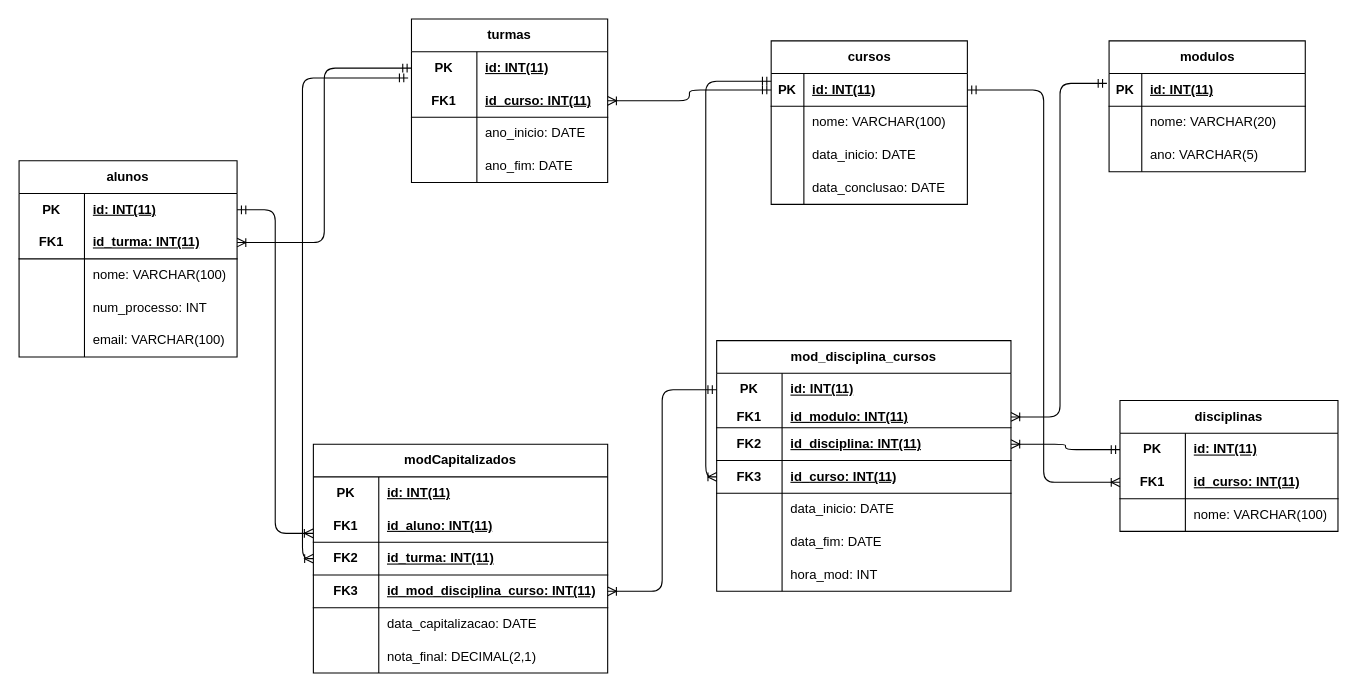
This is gmr_modER.drawio from DaviClementee/Gest_mod_reali_Davi_Mario_Karamjit_Gerry, a draw.io file, before an edit. Source tidied: cells renumbered, new cells numbered last; positions are measured from the earlier drawing's top-left corner, leaving out a move shared by most shapes. Both pictures are drawn from the tidied source at 109%, with x=0, y=0 at pixel (19, 19).
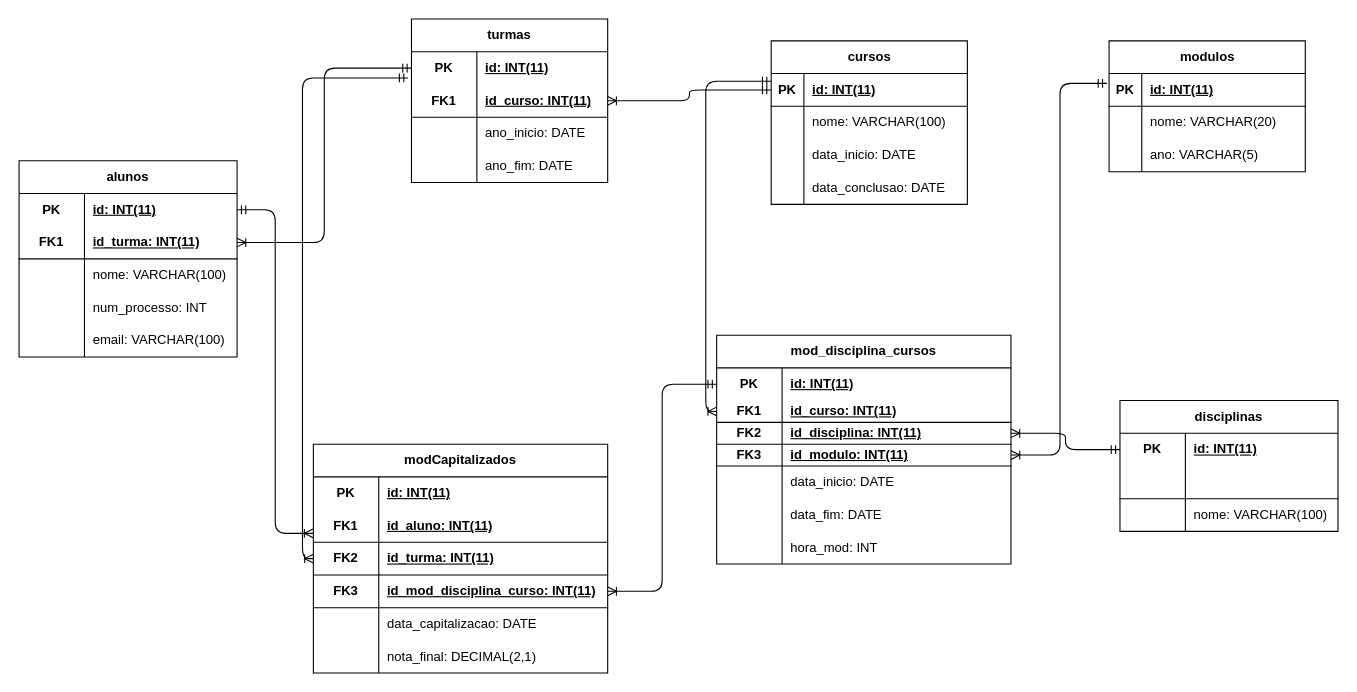
Above is the later version.

The change refers to these unchanged cells:
```xml
<mxCell id="35" style="shape=tableRow;horizontal=0;startSize=0;swimlaneHead=0;swimlaneBody=0;fillColor=none;points=[[0,0.5],[1,0.5]];portConstraint=eastwest;top=0;left=0;right=0;bottom=1;html=1;" parent="31" vertex="1">
  <mxGeometry y="60" width="200" height="30" as="geometry" />
</mxCell>
<mxCell id="46" style="shape=tableRow;horizontal=0;startSize=0;swimlaneHead=0;swimlaneBody=0;fillColor=none;points=[[0,0.5],[1,0.5]];portConstraint=eastwest;top=0;left=0;right=0;bottom=1;" parent="45" vertex="1">
  <mxGeometry y="30" width="180" height="30" as="geometry" />
</mxCell>
```

What changed in the source:
```diff
@@
-    <mxCell id="36" value="FK1" style="shape=partialRectangle;fillColor=none;top=0;left=0;bottom=0;right=0;fontStyle=1;overflow=hidden;html=1;whiteSpace=wrap;" parent="35" vertex="1">
+    <mxCell id="36" style="shape=partialRectangle;fillColor=none;top=0;left=0;bottom=0;right=0;fontStyle=1;overflow=hidden;html=1;whiteSpace=wrap;" parent="35" vertex="1">
       <mxGeometry width="60" height="30" as="geometry" />
     </mxCell>
-    <mxCell id="37" value="id_curso: INT(11)" style="shape=partialRectangle;fillColor=none;top=0;left=0;bottom=0;right=0;align=left;spacingLeft=6;fontStyle=5;overflow=hidden;html=1;whiteSpace=wrap;" parent="35" vertex="1">
+    <mxCell id="37" style="shape=partialRectangle;fillColor=none;top=0;left=0;bottom=0;right=0;align=left;spacingLeft=6;fontStyle=5;overflow=hidden;html=1;whiteSpace=wrap;" parent="35" vertex="1">
       <mxGeometry x="60" width="140" height="30" as="geometry" />
     </mxCell>
@@
-    <mxCell id="44" style="edgeStyle=elbowEdgeStyle;fontSize=12;html=1;endArrow=ERoneToMany;startArrow=ERmandOne;endFill=0;entryX=0;entryY=0.5;entryDx=0;entryDy=0;" parent="1" edge="1" source="46" target="35">
-      <mxGeometry relative="1" as="geometry" />
-    </mxCell>
@@
     <mxCell id="68" value="mod_disciplina_cursos" style="shape=table;startSize=30;childLayout=tableLayout;rowLines=0;fontStyle=1;align=center;html=1;whiteSpace=wrap;" parent="1" vertex="1">
-      <mxGeometry x="640" y="295" width="270" height="230" as="geometry" />
+      <mxGeometry x="640" y="290" width="270" height="210" as="geometry" />
     </mxCell>
@@
+    <mxCell id="78" style="shape=tableRow;horizontal=0;startSize=0;swimlaneHead=0;swimlaneBody=0;fillColor=none;points=[[0,0.5],[1,0.5]];portConstraint=eastwest;top=0;left=0;right=0;bottom=1;html=1;" parent="68" vertex="1">
+      <mxGeometry y="60" width="270" height="20" as="geometry" />
+    </mxCell>
+    <mxCell id="79" value="FK1" style="shape=partialRectangle;fillColor=none;top=0;left=0;bottom=0;right=0;fontStyle=1;overflow=hidden;html=1;whiteSpace=wrap;" parent="78" vertex="1">
+      <mxGeometry width="60" height="20" as="geometry" />
+    </mxCell>
+    <mxCell id="80" value="id_curso: INT(11)" style="shape=partialRectangle;fillColor=none;top=0;left=0;bottom=0;right=0;align=left;spacingLeft=6;fontStyle=5;overflow=hidden;html=1;whiteSpace=wrap;" parent="78" vertex="1">
+      <mxGeometry x="60" width="210" height="20" as="geometry" />
+    </mxCell>
+    <mxCell id="75" style="shape=tableRow;horizontal=0;startSize=0;swimlaneHead=0;swimlaneBody=0;fillColor=none;points=[[0,0.5],[1,0.5]];portConstraint=eastwest;top=0;left=0;right=0;bottom=1;html=1;" parent="68" vertex="1">
+      <mxGeometry y="80" width="270" height="20" as="geometry" />
+    </mxCell>
+    <mxCell id="76" value="FK2" style="shape=partialRectangle;fillColor=none;top=0;left=0;bottom=0;right=0;fontStyle=1;overflow=hidden;html=1;whiteSpace=wrap;" parent="75" vertex="1">
+      <mxGeometry width="60" height="20" as="geometry" />
+    </mxCell>
+    <mxCell id="77" value="id_disciplina: INT(11)" style="shape=partialRectangle;fillColor=none;top=0;left=0;bottom=0;right=0;align=left;spacingLeft=6;fontStyle=5;overflow=hidden;html=1;whiteSpace=wrap;" parent="75" vertex="1">
+      <mxGeometry x="60" width="210" height="20" as="geometry" />
+    </mxCell>
     <mxCell id="72" style="shape=tableRow;horizontal=0;startSize=0;swimlaneHead=0;swimlaneBody=0;fillColor=none;points=[[0,0.5],[1,0.5]];portConstraint=eastwest;top=0;left=0;right=0;bottom=1;html=1;" parent="68" vertex="1">
-      <mxGeometry y="60" width="270" height="20" as="geometry" />
+      <mxGeometry y="100" width="270" height="20" as="geometry" />
     </mxCell>
-    <mxCell id="73" value="FK1" style="shape=partialRectangle;fillColor=none;top=0;left=0;bottom=0;right=0;fontStyle=1;overflow=hidden;html=1;whiteSpace=wrap;" parent="72" vertex="1">
+    <mxCell id="73" value="FK3" style="shape=partialRectangle;fillColor=none;top=0;left=0;bottom=0;right=0;fontStyle=1;overflow=hidden;html=1;whiteSpace=wrap;" parent="72" vertex="1">
       <mxGeometry width="60" height="20" as="geometry" />
     </mxCell>
@@
-    <mxCell id="75" style="shape=tableRow;horizontal=0;startSize=0;swimlaneHead=0;swimlaneBody=0;fillColor=none;points=[[0,0.5],[1,0.5]];portConstraint=eastwest;top=0;left=0;right=0;bottom=1;html=1;" parent="68" vertex="1">
-      <mxGeometry y="80" width="270" height="30" as="geometry" />
-    </mxCell>
-    <mxCell id="76" value="FK2" style="shape=partialRectangle;fillColor=none;top=0;left=0;bottom=0;right=0;fontStyle=1;overflow=hidden;html=1;whiteSpace=wrap;" parent="75" vertex="1">
-      <mxGeometry width="60" height="30" as="geometry" />
-    </mxCell>
-    <mxCell id="77" value="id_disciplina: INT(11)" style="shape=partialRectangle;fillColor=none;top=0;left=0;bottom=0;right=0;align=left;spacingLeft=6;fontStyle=5;overflow=hidden;html=1;whiteSpace=wrap;" parent="75" vertex="1">
-      <mxGeometry x="60" width="210" height="30" as="geometry" />
-    </mxCell>
-    <mxCell id="78" style="shape=tableRow;horizontal=0;startSize=0;swimlaneHead=0;swimlaneBody=0;fillColor=none;points=[[0,0.5],[1,0.5]];portConstraint=eastwest;top=0;left=0;right=0;bottom=1;html=1;" parent="68" vertex="1">
-      <mxGeometry y="110" width="270" height="30" as="geometry" />
-    </mxCell>
-    <mxCell id="79" value="FK3" style="shape=partialRectangle;fillColor=none;top=0;left=0;bottom=0;right=0;fontStyle=1;overflow=hidden;html=1;whiteSpace=wrap;" parent="78" vertex="1">
-      <mxGeometry width="60" height="30" as="geometry" />
-    </mxCell>
-    <mxCell id="80" value="id_curso: INT(11)" style="shape=partialRectangle;fillColor=none;top=0;left=0;bottom=0;right=0;align=left;spacingLeft=6;fontStyle=5;overflow=hidden;html=1;whiteSpace=wrap;" parent="78" vertex="1">
-      <mxGeometry x="60" width="210" height="30" as="geometry" />
-    </mxCell>
     <mxCell id="81" style="shape=tableRow;horizontal=0;startSize=0;swimlaneHead=0;swimlaneBody=0;fillColor=none;top=0;left=0;right=0;bottom=0;html=1;" parent="68" vertex="1">
-      <mxGeometry y="140" width="270" height="30" as="geometry" />
+      <mxGeometry y="120" width="270" height="30" as="geometry" />
     </mxCell>
@@
     <mxCell id="84" style="shape=tableRow;horizontal=0;startSize=0;swimlaneHead=0;swimlaneBody=0;fillColor=none;top=0;left=0;right=0;bottom=0;html=1;" parent="68" vertex="1">
-      <mxGeometry y="170" width="270" height="30" as="geometry" />
+      <mxGeometry y="150" width="270" height="30" as="geometry" />
     </mxCell>
@@
     <mxCell id="87" style="shape=tableRow;horizontal=0;startSize=0;swimlaneHead=0;swimlaneBody=0;fillColor=none;top=0;left=0;right=0;bottom=0;html=1;" parent="68" vertex="1">
-      <mxGeometry y="200" width="270" height="30" as="geometry" />
+      <mxGeometry y="180" width="270" height="30" as="geometry" />
     </mxCell>
```
